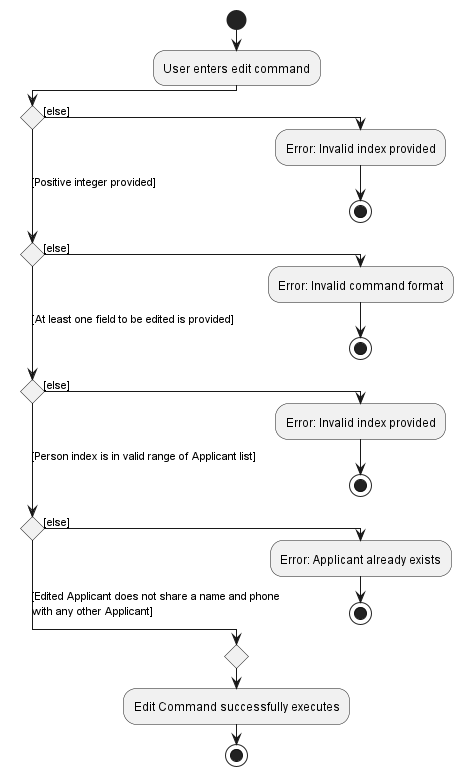
Earlier version of the PlantUML export docs/images/EditApplicantActivityDiagram.png (nus-cs2103-AY2223S2/tp). The source it was exported from:
```plantuml
@startuml
!pragma useVerticalIf on
start
:User enters edit command;
if () then ([else])
  :Error: Invalid index provided;
  stop
([Positive integer provided]) elseif () then ([else])
  :Error: Invalid command format;
  stop
([At least one field to be edited is provided]) elseif () then ([else])
    :Error: Invalid index provided;
    stop
([Person index is in valid range of Applicant list]) elseif () then ([else])
    :Error: Applicant already exists;
    stop
else ([Edited Applicant does not share a name and phone
with any other Applicant])
endif
:Edit Command successfully executes;
stop
@enduml
```
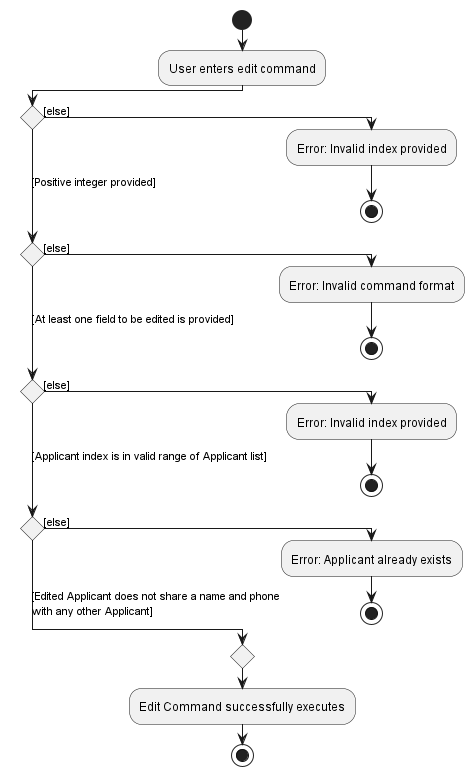
After the change.

Change to the diagram source:
```diff
@@ -11,7 +11,7 @@
 ([At least one field to be edited is provided]) elseif () then ([else])
     :Error: Invalid index provided;
     stop
-([Person index is in valid range of Applicant list]) elseif () then ([else])
+([Applicant index is in valid range of Applicant list]) elseif () then ([else])
     :Error: Applicant already exists;
     stop
 else ([Edited Applicant does not share a name and phone
```
